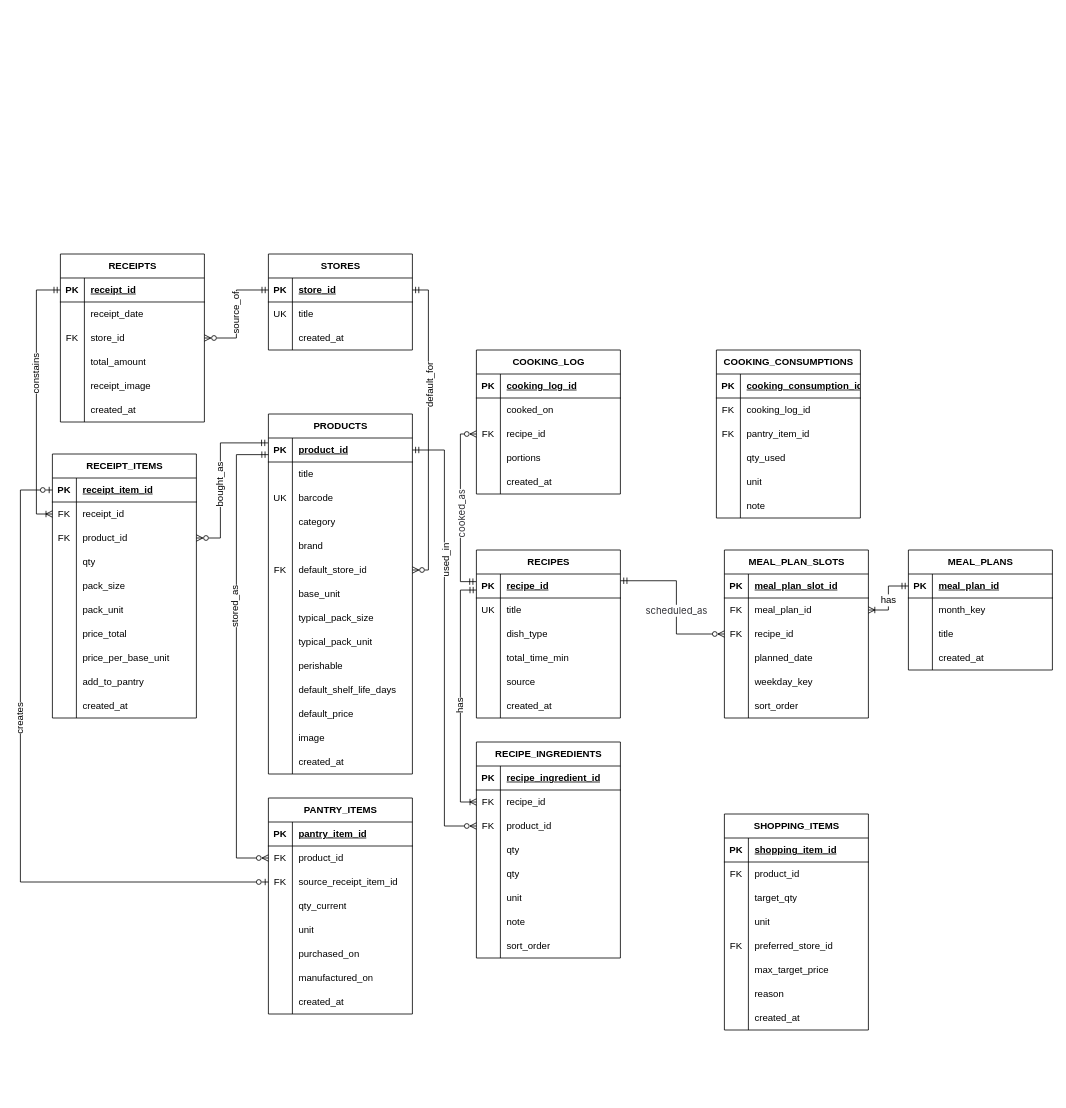
Before: Projects/Еда/Docs/Диаграмма без названия.drawio in smeryse/Knowledge-Base, a draw.io diagram. Source tidied: cells renumbered, new cells numbered last; positions are measured from the earlier drawing's top-left corner, leaving out a move shared by most shapes. Both pictures are drawn from the tidied source at 80%, with x=0, y=0 at pixel (20, 254).
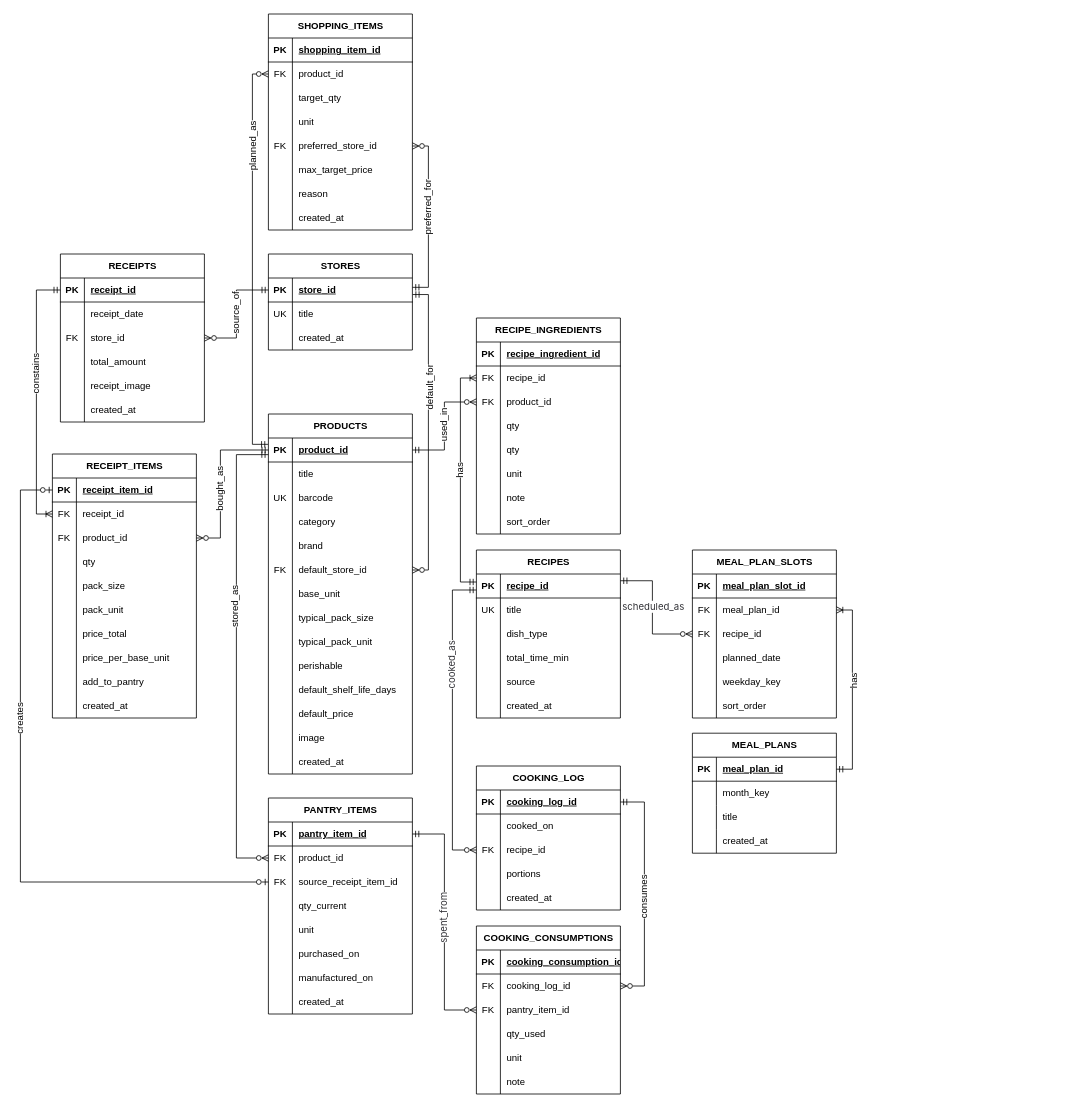
The same page after the edit.

Unchanged cells that the change refers to:
```xml
<mxCell id="22" style="shape=tableRow;horizontal=0;startSize=0;swimlaneHead=0;swimlaneBody=0;fillColor=none;points=[[0,0.5],[1,0.5]];portConstraint=eastwest;top=0;left=0;right=0;bottom=1;" parent="21" vertex="1">
  <mxGeometry y="30" width="180" height="30" as="geometry" />
</mxCell>
<mxCell id="44" style="shape=tableRow;horizontal=0;startSize=0;swimlaneHead=0;swimlaneBody=0;fillColor=none;points=[[0,0.5],[1,0.5]];portConstraint=eastwest;top=0;left=0;right=0;bottom=0;" parent="40" vertex="1">
  <mxGeometry y="60" width="180" height="30" as="geometry" />
</mxCell>
<mxCell id="47" style="shape=tableRow;horizontal=0;startSize=0;swimlaneHead=0;swimlaneBody=0;fillColor=none;points=[[0,0.5],[1,0.5]];portConstraint=eastwest;top=0;left=0;right=0;bottom=0;" parent="40" vertex="1">
  <mxGeometry y="90" width="180" height="30" as="geometry" />
</mxCell>
<mxCell id="72" style="shape=tableRow;horizontal=0;startSize=0;swimlaneHead=0;swimlaneBody=0;fillColor=none;points=[[0,0.5],[1,0.5]];portConstraint=eastwest;top=0;left=0;right=0;bottom=0;" parent="65" vertex="1">
  <mxGeometry y="90" width="180" height="30" as="geometry" />
</mxCell>
<mxCell id="97" style="shape=tableRow;horizontal=0;startSize=0;swimlaneHead=0;swimlaneBody=0;fillColor=none;points=[[0,0.5],[1,0.5]];portConstraint=eastwest;top=0;left=0;right=0;bottom=1;" parent="96" vertex="1">
  <mxGeometry y="30" width="180" height="30" as="geometry" />
</mxCell>
<mxCell id="107" style="shape=tableRow;horizontal=0;startSize=0;swimlaneHead=0;swimlaneBody=0;fillColor=none;points=[[0,0.5],[1,0.5]];portConstraint=eastwest;top=0;left=0;right=0;bottom=1;" parent="106" vertex="1">
  <mxGeometry y="30" width="180" height="30" as="geometry" />
</mxCell>
<mxCell id="122" style="shape=tableRow;horizontal=0;startSize=0;swimlaneHead=0;swimlaneBody=0;fillColor=none;points=[[0,0.5],[1,0.5]];portConstraint=eastwest;top=0;left=0;right=0;bottom=0;" parent="106" vertex="1">
  <mxGeometry y="180" width="180" height="30" as="geometry" />
</mxCell>
<mxCell id="150" style="shape=tableRow;horizontal=0;startSize=0;swimlaneHead=0;swimlaneBody=0;fillColor=none;points=[[0,0.5],[1,0.5]];portConstraint=eastwest;top=0;left=0;right=0;bottom=1;" parent="149" vertex="1">
  <mxGeometry y="30" width="180" height="30" as="geometry" />
</mxCell>
<mxCell id="166" style="shape=tableRow;horizontal=0;startSize=0;swimlaneHead=0;swimlaneBody=0;fillColor=none;points=[[0,0.5],[1,0.5]];portConstraint=eastwest;top=0;left=0;right=0;bottom=0;" parent="162" vertex="1">
  <mxGeometry y="60" width="180" height="30" as="geometry" />
</mxCell>
<mxCell id="169" style="shape=tableRow;horizontal=0;startSize=0;swimlaneHead=0;swimlaneBody=0;fillColor=none;points=[[0,0.5],[1,0.5]];portConstraint=eastwest;top=0;left=0;right=0;bottom=0;" parent="162" vertex="1">
  <mxGeometry y="90" width="180" height="30" as="geometry" />
</mxCell>
<mxCell id="182" style="shape=tableRow;horizontal=0;startSize=0;swimlaneHead=0;swimlaneBody=0;fillColor=none;points=[[0,0.5],[1,0.5]];portConstraint=eastwest;top=0;left=0;right=0;bottom=1;" parent="181" vertex="1">
  <mxGeometry y="30" width="180" height="30" as="geometry" />
</mxCell>
<mxCell id="188" style="shape=tableRow;horizontal=0;startSize=0;swimlaneHead=0;swimlaneBody=0;fillColor=none;points=[[0,0.5],[1,0.5]];portConstraint=eastwest;top=0;left=0;right=0;bottom=0;" parent="181" vertex="1">
  <mxGeometry y="90" width="180" height="30" as="geometry" />
</mxCell>
<mxCell id="201" style="shape=tableRow;horizontal=0;startSize=0;swimlaneHead=0;swimlaneBody=0;fillColor=none;points=[[0,0.5],[1,0.5]];portConstraint=eastwest;top=0;left=0;right=0;bottom=0;" parent="197" vertex="1">
  <mxGeometry y="60" width="180" height="30" as="geometry" />
</mxCell>
<mxCell id="204" style="shape=tableRow;horizontal=0;startSize=0;swimlaneHead=0;swimlaneBody=0;fillColor=none;points=[[0,0.5],[1,0.5]];portConstraint=eastwest;top=0;left=0;right=0;bottom=0;" parent="197" vertex="1">
  <mxGeometry y="90" width="180" height="30" as="geometry" />
</mxCell>
<mxCell id="220" style="shape=tableRow;horizontal=0;startSize=0;swimlaneHead=0;swimlaneBody=0;fillColor=none;points=[[0,0.5],[1,0.5]];portConstraint=eastwest;top=0;left=0;right=0;bottom=0;" parent="216" vertex="1">
  <mxGeometry y="60" width="180" height="30" as="geometry" />
</mxCell>
<mxCell id="229" style="shape=tableRow;horizontal=0;startSize=0;swimlaneHead=0;swimlaneBody=0;fillColor=none;points=[[0,0.5],[1,0.5]];portConstraint=eastwest;top=0;left=0;right=0;bottom=0;" parent="216" vertex="1">
  <mxGeometry y="150" width="180" height="30" as="geometry" />
</mxCell>
<mxCell id="254" style="shape=tableRow;horizontal=0;startSize=0;swimlaneHead=0;swimlaneBody=0;fillColor=none;points=[[0,0.5],[1,0.5]];portConstraint=eastwest;top=0;left=0;right=0;bottom=1;" parent="253" vertex="1">
  <mxGeometry y="30" width="180" height="30" as="geometry" />
</mxCell>
```

Change to the diagram source:
```diff
@@
     <mxCell id="40" value="RECIPE_INGREDIENTS" style="shape=table;startSize=30;childLayout=tableLayout;rowLines=0;fontStyle=1;align=center;html=1;" parent="1" vertex="1">
-      <mxGeometry x="570" y="610" width="180" height="270" as="geometry" />
+      <mxGeometry x="570" y="80" width="180" height="270" as="geometry" />
     </mxCell>
@@
     <mxCell id="149" value="MEAL_PLANS" style="shape=table;startSize=30;childLayout=tableLayout;rowLines=0;fontStyle=1;align=center;html=1;" parent="1" vertex="1">
-      <mxGeometry x="1110" y="370" width="180" height="150" as="geometry" />
+      <mxGeometry x="840" y="599" width="180" height="150" as="geometry" />
     </mxCell>
@@
     <mxCell id="162" value="MEAL_PLAN_SLOTS" style="shape=table;startSize=30;childLayout=tableLayout;rowLines=0;fontStyle=1;align=center;html=1;" parent="1" vertex="1">
-      <mxGeometry x="880" y="370" width="180" height="210" as="geometry" />
+      <mxGeometry x="840" y="370" width="180" height="210" as="geometry" />
     </mxCell>
@@
     <mxCell id="181" value="COOKING_LOG" style="shape=table;startSize=30;childLayout=tableLayout;rowLines=0;fontStyle=1;align=center;html=1;" parent="1" vertex="1">
-      <mxGeometry x="570" y="120" width="180" height="180" as="geometry" />
+      <mxGeometry x="570" y="640" width="180" height="180" as="geometry" />
     </mxCell>
@@
     <mxCell id="197" value="COOKING_CONSUMPTIONS" style="shape=table;startSize=30;childLayout=tableLayout;rowLines=0;fontStyle=1;align=center;html=1;" parent="1" vertex="1">
-      <mxGeometry x="870" y="120" width="180" height="210" as="geometry" />
+      <mxGeometry x="570" y="840" width="180" height="210" as="geometry" />
     </mxCell>
@@
     <mxCell id="216" value="SHOPPING_ITEMS" style="shape=table;startSize=30;childLayout=tableLayout;rowLines=0;fontStyle=1;align=center;html=1;" parent="1" vertex="1">
-      <mxGeometry x="880" y="700" width="180" height="270" as="geometry" />
+      <mxGeometry x="310" y="-300" width="180" height="270" as="geometry" />
     </mxCell>
@@
-    <mxCell id="243" style="rounded=0;jettySize=auto;html=1;exitX=1;exitY=0.5;exitDx=0;exitDy=0;endArrow=ERzeroToMany;endFill=0;startArrow=ERmandOne;startFill=0;edgeStyle=elbowEdgeStyle;entryX=1;entryY=0.5;entryDx=0;entryDy=0;" parent="1" edge="1" source="97" target="122">
+    <mxCell id="243" style="rounded=0;jettySize=auto;html=1;exitX=1.002;exitY=0.689;exitDx=0;exitDy=0;endArrow=ERzeroToMany;endFill=0;startArrow=ERmandOne;startFill=0;edgeStyle=elbowEdgeStyle;entryX=1;entryY=0.5;entryDx=0;entryDy=0;exitPerimeter=0;" parent="1" edge="1" source="97" target="122">
       <mxGeometry relative="1" as="geometry">
         <Array as="points">
           <mxPoint x="510" y="220" />
         </Array>
       </mxGeometry>
     </mxCell>
@@
-    <mxCell id="246" value="has" style="rounded=0;jettySize=auto;html=1;entryX=0;entryY=0.5;entryDx=0;entryDy=0;endArrow=ERoneToMany;endFill=0;startArrow=ERmandOne;startFill=0;edgeStyle=elbowEdgeStyle;elbow=horizontal;fontSize=12;exitX=0;exitY=0.669;exitDx=0;exitDy=0;exitPerimeter=0;horizontal=0;" parent="1" edge="1" source="22" target="44">
+    <mxCell id="246" value="has" style="rounded=0;jettySize=auto;html=1;entryX=0;entryY=0.5;entryDx=0;entryDy=0;endArrow=ERoneToMany;endFill=0;startArrow=ERmandOne;startFill=0;edgeStyle=elbowEdgeStyle;elbow=horizontal;fontSize=12;horizontal=0;" parent="1" edge="1" target="44">
       <mxGeometry x="0.08" relative="1" as="geometry">
+        <mxPoint x="570" y="410" as="sourcePoint" />
         <Array as="points">
           <mxPoint x="550" y="550" />
         </Array>
       </mxGeometry>
     </mxCell>
     <mxCell id="247" style="rounded=0;jettySize=auto;html=1;exitX=1;exitY=0.5;exitDx=0;exitDy=0;entryX=0;entryY=0.5;entryDx=0;entryDy=0;endArrow=ERzeroToMany;endFill=0;startArrow=ERmandOne;startFill=0;edgeStyle=elbowEdgeStyle;" parent="1" edge="1" source="107" target="47">
       <mxGeometry relative="1" as="geometry">
         <Array as="points">
-          <mxPoint x="530" y="480" />
+          <mxPoint x="530" y="240" />
         </Array>
       </mxGeometry>
     </mxCell>
     <mxCell id="248" value="used_in" style="edgeLabel;html=1;align=center;verticalAlign=middle;fontSize=12;horizontal=0;" parent="247" vertex="1">
-      <mxGeometry x="-0.35" y="1" relative="1" as="geometry" />
+      <mxGeometry x="-0.35" y="1" relative="1" as="geometry">
+        <mxPoint y="-24" as="offset" />
+      </mxGeometry>
     </mxCell>
@@
-    <mxCell id="251" style="rounded=0;jettySize=auto;html=1;endArrow=ERzeroToMany;endFill=0;startArrow=ERmandOne;startFill=0;edgeStyle=elbowEdgeStyle;elbow=horizontal;strokeWidth=1;jumpSize=6;endSize=6;startSize=6;entryX=1;entryY=0.5;entryDx=0;entryDy=0;exitX=-0.003;exitY=0.204;exitDx=0;exitDy=0;exitPerimeter=0;" parent="1" edge="1" source="107" target="72">
+    <mxCell id="251" style="rounded=0;jettySize=auto;html=1;endArrow=ERzeroToMany;endFill=0;startArrow=ERmandOne;startFill=0;edgeStyle=elbowEdgeStyle;elbow=horizontal;strokeWidth=1;jumpSize=6;endSize=6;startSize=6;entryX=1;entryY=0.5;entryDx=0;entryDy=0;exitX=0;exitY=0.5;exitDx=0;exitDy=0;" parent="1" edge="1" source="107" target="72">
       <mxGeometry relative="1" as="geometry">
         <Array as="points">
           <mxPoint x="250" y="320" />
         </Array>
       </mxGeometry>
     </mxCell>
@@
-    <mxCell id="282" style="rounded=0;jettySize=auto;html=1;endArrow=ERoneToMany;endFill=0;startArrow=ERmandOne;startFill=0;edgeStyle=elbowEdgeStyle;strokeWidth=1;jumpSize=6;endSize=6;startSize=6;entryX=1;entryY=0.5;entryDx=0;entryDy=0;exitX=0;exitY=0.5;exitDx=0;exitDy=0;" parent="1" edge="1" source="150" target="166">
-      <mxGeometry relative="1" as="geometry" />
+    <mxCell id="282" style="rounded=0;jettySize=auto;html=1;endArrow=ERoneToMany;endFill=0;startArrow=ERmandOne;startFill=0;edgeStyle=elbowEdgeStyle;strokeWidth=1;jumpSize=6;endSize=6;startSize=6;entryX=1;entryY=0.5;entryDx=0;entryDy=0;exitX=1;exitY=0.5;exitDx=0;exitDy=0;" parent="1" edge="1" source="150" target="166">
+      <mxGeometry relative="1" as="geometry">
+        <Array as="points">
+          <mxPoint x="1040" y="540" />
+        </Array>
+      </mxGeometry>
     </mxCell>
-    <mxCell id="283" value="has" style="edgeLabel;html=1;align=center;verticalAlign=middle;fontSize=12;" parent="282" vertex="1">
+    <mxCell id="283" value="has" style="edgeLabel;html=1;align=center;verticalAlign=middle;fontSize=12;horizontal=0;" parent="282" vertex="1">
       <mxGeometry x="-0.25" y="-1" relative="1" as="geometry">
-        <mxPoint y="12" as="offset" />
+        <mxPoint y="-39" as="offset" />
       </mxGeometry>
     </mxCell>
     <mxCell id="284" style="rounded=0;jettySize=auto;html=1;entryX=0;entryY=0.5;entryDx=0;entryDy=0;endArrow=ERzeroToMany;endFill=0;startArrow=ERmandOne;startFill=0;edgeStyle=elbowEdgeStyle;exitX=1.001;exitY=0.281;exitDx=0;exitDy=0;exitPerimeter=0;" parent="1" edge="1" source="22" target="169">
       <mxGeometry relative="1" as="geometry">
         <Array as="points">
-          <mxPoint x="820" y="450" />
+          <mxPoint x="790" y="440" />
         </Array>
       </mxGeometry>
     </mxCell>
     <mxCell id="285" value="&lt;span style=&quot;color: rgb(51, 51, 56); font-family: &amp;quot;??&amp;quot;, &amp;quot;Adwaita Sans&amp;quot;, &amp;quot;Adwaita Sans Text&amp;quot;, ui-sans-serif, -apple-system, BlinkMacSystemFont, system-ui, &amp;quot;Segoe UI&amp;quot;, Roboto, Inter, &amp;quot;Apple Color Emoji&amp;quot;, &amp;quot;Segoe UI Emoji&amp;quot;, &amp;quot;Segoe UI Symbol&amp;quot;, sans-serif; text-align: start; caret-color: rgb(51, 51, 56);&quot;&gt;scheduled_as&lt;/span&gt;" style="edgeLabel;html=1;align=center;verticalAlign=middle;fontSize=12;horizontal=1;" parent="284" vertex="1">
       <mxGeometry x="-0.25" y="-1" relative="1" as="geometry">
-        <mxPoint y="33" as="offset" />
+        <mxPoint x="1" y="13" as="offset" />
       </mxGeometry>
     </mxCell>
-    <mxCell id="286" style="rounded=0;jettySize=auto;html=1;entryX=0;entryY=0.5;entryDx=0;entryDy=0;endArrow=ERzeroToMany;endFill=0;startArrow=ERmandOne;startFill=0;edgeStyle=elbowEdgeStyle;exitX=-0.002;exitY=0.318;exitDx=0;exitDy=0;exitPerimeter=0;" parent="1" edge="1" source="22" target="188">
+    <mxCell id="286" style="rounded=0;jettySize=auto;html=1;entryX=0;entryY=0.5;entryDx=0;entryDy=0;endArrow=ERzeroToMany;endFill=0;startArrow=ERmandOne;startFill=0;edgeStyle=elbowEdgeStyle;" parent="1" edge="1" target="188">
       <mxGeometry relative="1" as="geometry">
+        <mxPoint x="570" y="420" as="sourcePoint" />
         <Array as="points">
-          <mxPoint x="550" y="300" />
+          <mxPoint x="540" y="750" />
         </Array>
       </mxGeometry>
     </mxCell>
@@
+    <mxCell id="288" style="rounded=0;jettySize=auto;html=1;exitX=1;exitY=0.5;exitDx=0;exitDy=0;entryX=1;entryY=0.5;entryDx=0;entryDy=0;endArrow=ERzeroToMany;endFill=0;startArrow=ERmandOne;startFill=0;edgeStyle=elbowEdgeStyle;elbow=horizontal;" parent="1" edge="1" source="182" target="201">
+      <mxGeometry relative="1" as="geometry">
+        <Array as="points">
+          <mxPoint x="780" y="800" />
+        </Array>
+      </mxGeometry>
+    </mxCell>
+    <mxCell id="289" value="consumes" style="edgeLabel;html=1;align=center;verticalAlign=middle;fontSize=12;horizontal=0;" parent="288" vertex="1">
+      <mxGeometry x="-0.25" y="-1" relative="1" as="geometry">
+        <mxPoint y="41" as="offset" />
+      </mxGeometry>
+    </mxCell>
+    <mxCell id="290" style="rounded=0;jettySize=auto;html=1;entryX=0;entryY=0.5;entryDx=0;entryDy=0;endArrow=ERzeroToMany;endFill=0;startArrow=ERmandOne;startFill=0;edgeStyle=elbowEdgeStyle;exitX=1;exitY=0.5;exitDx=0;exitDy=0;" parent="1" edge="1" source="254" target="204">
+      <mxGeometry relative="1" as="geometry">
+        <Array as="points">
+          <mxPoint x="530" y="900" />
+        </Array>
+      </mxGeometry>
+    </mxCell>
+    <mxCell id="291" value="&lt;span style=&quot;color: rgb(51, 51, 56); font-family: &amp;quot;??&amp;quot;, &amp;quot;Adwaita Sans&amp;quot;, &amp;quot;Adwaita Sans Text&amp;quot;, ui-sans-serif, -apple-system, BlinkMacSystemFont, system-ui, &amp;quot;Segoe UI&amp;quot;, Roboto, Inter, &amp;quot;Apple Color Emoji&amp;quot;, &amp;quot;Segoe UI Emoji&amp;quot;, &amp;quot;Segoe UI Symbol&amp;quot;, sans-serif; text-align: start; caret-color: rgb(51, 51, 56);&quot;&gt;spent_from&lt;/span&gt;" style="edgeLabel;html=1;align=center;verticalAlign=middle;fontSize=12;horizontal=0;" parent="290" vertex="1">
+      <mxGeometry x="-0.25" y="-1" relative="1" as="geometry">
+        <mxPoint y="33" as="offset" />
+      </mxGeometry>
+    </mxCell>
+    <mxCell id="292" style="rounded=0;jettySize=auto;html=1;entryX=0;entryY=0.5;entryDx=0;entryDy=0;endArrow=ERzeroToMany;endFill=0;startArrow=ERmandOne;startFill=0;edgeStyle=elbowEdgeStyle;elbow=horizontal;exitX=-0.003;exitY=0.264;exitDx=0;exitDy=0;exitPerimeter=0;" parent="1" edge="1" source="107" target="220">
+      <mxGeometry relative="1" as="geometry">
+        <Array as="points">
+          <mxPoint x="290" y="10" />
+        </Array>
+      </mxGeometry>
+    </mxCell>
+    <mxCell id="293" value="planned_as" style="edgeLabel;html=1;align=center;verticalAlign=middle;fontSize=12;horizontal=0;" parent="292" vertex="1">
+      <mxGeometry x="-0.25" y="-1" relative="1" as="geometry">
+        <mxPoint y="-203" as="offset" />
+      </mxGeometry>
+    </mxCell>
+    <mxCell id="294" style="rounded=0;jettySize=auto;html=1;exitX=1;exitY=0.5;exitDx=0;exitDy=0;endArrow=ERmandOne;endFill=0;startArrow=ERzeroToMany;startFill=0;edgeStyle=elbowEdgeStyle;elbow=horizontal;entryX=1.001;entryY=0.389;entryDx=0;entryDy=0;entryPerimeter=0;" parent="1" edge="1" source="229" target="97">
+      <mxGeometry relative="1" as="geometry">
+        <Array as="points">
+          <mxPoint x="510" y="-40" />
+        </Array>
+      </mxGeometry>
+    </mxCell>
+    <mxCell id="295" value="preferred_for" style="edgeLabel;html=1;align=center;verticalAlign=middle;fontSize=12;horizontal=0;" parent="294" vertex="1">
+      <mxGeometry x="-0.25" y="-1" relative="1" as="geometry">
+        <mxPoint y="17" as="offset" />
+      </mxGeometry>
+    </mxCell>
```
